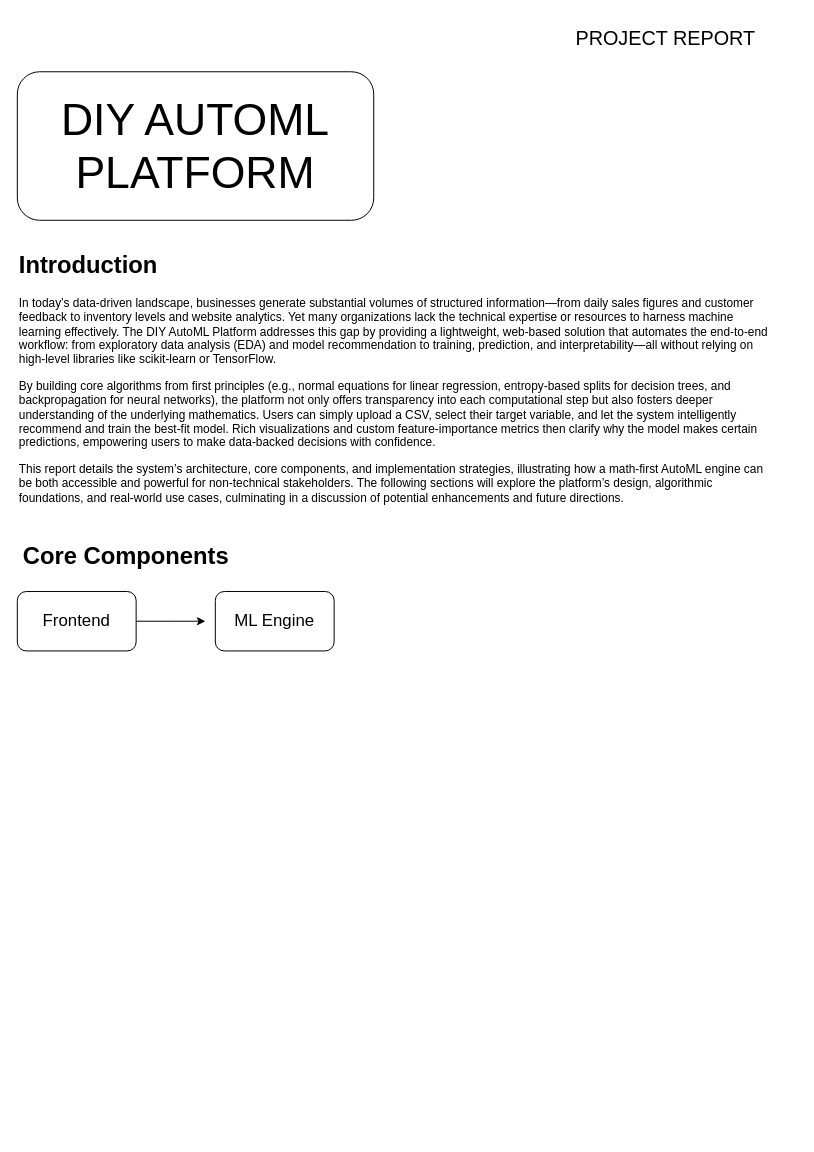
Before: Untitled Diagram.drawio in sagarpathak0/neural-networks-from-scrtch, a draw.io diagram. Source tidied: cells renumbered, new cells numbered last; positions are measured from the earlier drawing's top-left corner, leaving out a move shared by most shapes. Both pictures are drawn from the tidied source at 99%, with x=0, y=0 at pixel (17, 17).
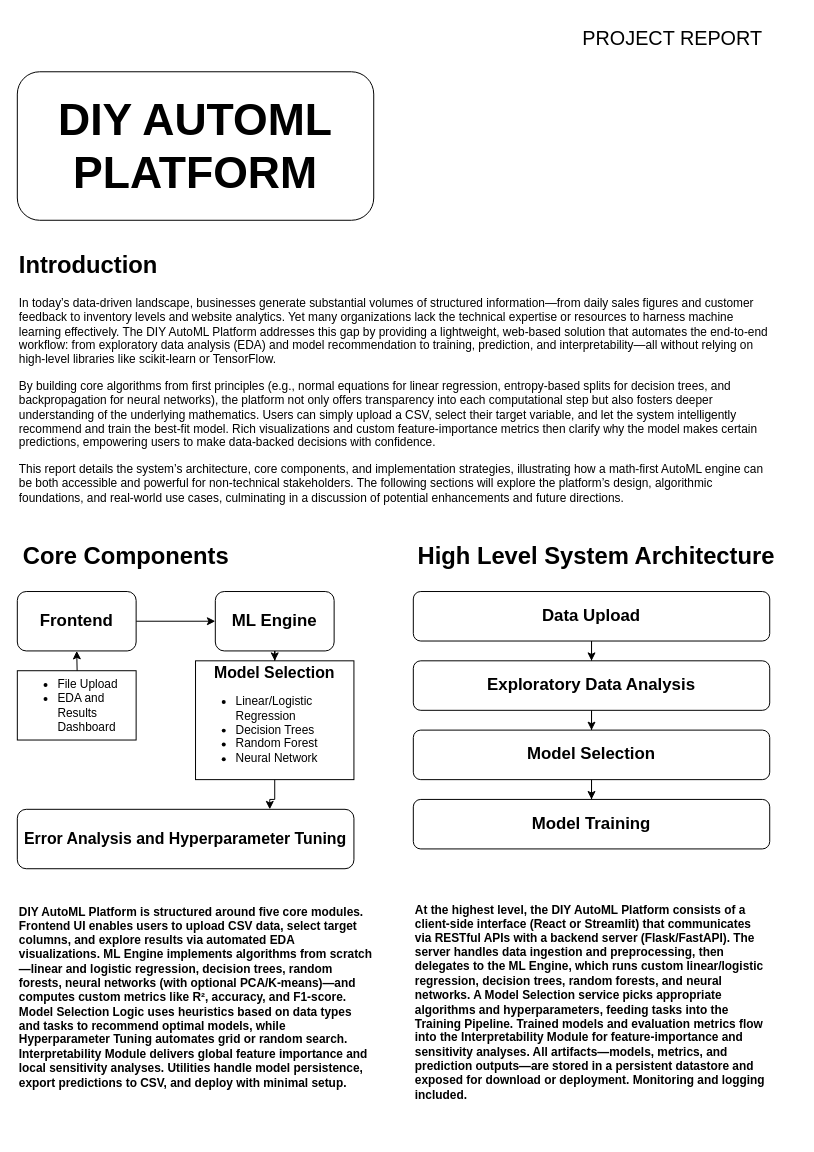
After the change.

Change to the diagram source:
```diff
@@
-    <mxCell id="3" value="&lt;font style=&quot;font-size: 45px;&quot;&gt;DIY AUTOML&lt;/font&gt;&lt;div&gt;&lt;font style=&quot;font-size: 45px;&quot;&gt;PLATFORM&lt;/font&gt;&lt;/div&gt;" style="text;html=1;align=center;verticalAlign=middle;whiteSpace=wrap;rounded=0;" parent="1" vertex="1">
+    <mxCell id="3" value="&lt;font style=&quot;font-size: 45px;&quot;&gt;&lt;b&gt;DIY AUTOML&lt;/b&gt;&lt;/font&gt;&lt;div&gt;&lt;font style=&quot;font-size: 45px;&quot;&gt;&lt;b&gt;PLATFORM&lt;/b&gt;&lt;/font&gt;&lt;/div&gt;" style="text;html=1;align=center;verticalAlign=middle;whiteSpace=wrap;rounded=0;" parent="1" vertex="1">
       <mxGeometry x="5" y="40" width="350" height="180" as="geometry" />
     </mxCell>
     <mxCell id="4" value="&lt;font style=&quot;font-size: 20px;&quot;&gt;PROJECT REPORT&lt;/font&gt;" style="text;html=1;align=center;verticalAlign=middle;whiteSpace=wrap;rounded=0;" parent="1" vertex="1">
-      <mxGeometry x="530" width="250" height="40" as="geometry" />
+      <mxGeometry x="537" width="250" height="40" as="geometry" />
     </mxCell>
@@
-    <mxCell id="7" style="edgeStyle=orthogonalEdgeStyle;rounded=0;jettySize=auto;html=1;" parent="1" edge="1" source="8">
-      <mxGeometry relative="1" as="geometry">
-        <mxPoint x="190" y="610" as="targetPoint" />
-      </mxGeometry>
+    <mxCell id="7" style="edgeStyle=orthogonalEdgeStyle;rounded=0;jettySize=auto;html=1;entryX=0;entryY=0.5;entryDx=0;entryDy=0;" parent="1" edge="1" source="8" target="9">
+      <mxGeometry relative="1" as="geometry" />
     </mxCell>
-    <mxCell id="8" value="&lt;font style=&quot;font-size: 17px;&quot;&gt;Frontend&lt;/font&gt;" style="rounded=1;whiteSpace=wrap;html=1;" parent="1" vertex="1">
+    <mxCell id="8" value="&lt;font style=&quot;font-size: 17px;&quot;&gt;&lt;b&gt;Frontend&lt;/b&gt;&lt;/font&gt;" style="rounded=1;whiteSpace=wrap;html=1;" parent="1" vertex="1">
       <mxGeometry y="580" width="120" height="60" as="geometry" />
     </mxCell>
+    <mxCell id="10" style="edgeStyle=orthogonalEdgeStyle;rounded=0;jettySize=auto;html=1;entryX=0.5;entryY=0;entryDx=0;entryDy=0;" parent="1" edge="1" source="9" target="13">
+      <mxGeometry relative="1" as="geometry" />
+    </mxCell>
-    <mxCell id="9" value="&lt;font style=&quot;font-size: 17px;&quot;&gt;ML Engine&lt;/font&gt;" style="rounded=1;whiteSpace=wrap;html=1;" parent="1" vertex="1">
+    <mxCell id="9" value="&lt;font style=&quot;font-size: 17px;&quot;&gt;&lt;b&gt;ML Engine&lt;/b&gt;&lt;/font&gt;" style="rounded=1;whiteSpace=wrap;html=1;" parent="1" vertex="1">
       <mxGeometry x="200" y="580" width="120" height="60" as="geometry" />
     </mxCell>
+    <mxCell id="11" style="edgeStyle=orthogonalEdgeStyle;rounded=0;jettySize=auto;html=1;entryX=0.5;entryY=1;entryDx=0;entryDy=0;" parent="1" edge="1" target="8">
+      <mxGeometry relative="1" as="geometry">
+        <mxPoint x="60" y="690" as="sourcePoint" />
+      </mxGeometry>
+    </mxCell>
+    <mxCell id="12" style="edgeStyle=orthogonalEdgeStyle;rounded=0;jettySize=auto;html=1;entryX=0.75;entryY=0;entryDx=0;entryDy=0;" parent="1" edge="1" source="13" target="24">
+      <mxGeometry relative="1" as="geometry" />
+    </mxCell>
+    <mxCell id="13" value="&lt;div&gt;&lt;b&gt;&lt;font style=&quot;font-size: 16px;&quot;&gt;Model Selection&lt;/font&gt;&lt;/b&gt;&lt;/div&gt;&lt;div&gt;&lt;ul&gt;&lt;li style=&quot;text-align: left;&quot;&gt;Linear/Logistic Regression&lt;/li&gt;&lt;li style=&quot;text-align: left;&quot;&gt;Decision Trees&lt;/li&gt;&lt;li style=&quot;text-align: left;&quot;&gt;Random Forest&lt;/li&gt;&lt;li style=&quot;text-align: left;&quot;&gt;Neural Network&lt;/li&gt;&lt;/ul&gt;&lt;/div&gt;" style="rounded=0;whiteSpace=wrap;html=1;" parent="1" vertex="1">
+      <mxGeometry x="180" y="650" width="160" height="120" as="geometry" />
+    </mxCell>
+    <mxCell id="14" value="&lt;font style=&quot;font-size: 24px;&quot;&gt;&lt;b&gt;High Level System Architecture&lt;/b&gt;&lt;/font&gt;" style="text;html=1;align=center;verticalAlign=middle;whiteSpace=wrap;rounded=0;" parent="1" vertex="1">
+      <mxGeometry x="390" y="515" width="390" height="60" as="geometry" />
+    </mxCell>
+    <mxCell id="15" style="edgeStyle=orthogonalEdgeStyle;rounded=0;jettySize=auto;html=1;entryX=0.5;entryY=0;entryDx=0;entryDy=0;" parent="1" edge="1" source="16" target="18">
+      <mxGeometry relative="1" as="geometry" />
+    </mxCell>
+    <mxCell id="16" value="&lt;b&gt;&lt;font style=&quot;font-size: 17px;&quot;&gt;Data Upload&lt;/font&gt;&lt;/b&gt;" style="rounded=1;whiteSpace=wrap;html=1;" parent="1" vertex="1">
+      <mxGeometry x="400" y="580" width="360" height="50" as="geometry" />
+    </mxCell>
+    <mxCell id="17" style="edgeStyle=orthogonalEdgeStyle;rounded=0;jettySize=auto;html=1;entryX=0.5;entryY=0;entryDx=0;entryDy=0;" parent="1" edge="1" source="18" target="20">
+      <mxGeometry relative="1" as="geometry" />
+    </mxCell>
+    <mxCell id="18" value="&lt;font style=&quot;font-size: 17px;&quot;&gt;&lt;b style=&quot;&quot;&gt;Exploratory Data Analysis&lt;/b&gt;&lt;/font&gt;" style="rounded=1;whiteSpace=wrap;html=1;" parent="1" vertex="1">
+      <mxGeometry x="400" y="650" width="360" height="50" as="geometry" />
+    </mxCell>
+    <mxCell id="19" style="edgeStyle=orthogonalEdgeStyle;rounded=0;jettySize=auto;html=1;entryX=0.5;entryY=0;entryDx=0;entryDy=0;" parent="1" edge="1" source="20" target="21">
+      <mxGeometry relative="1" as="geometry" />
+    </mxCell>
+    <mxCell id="20" value="&lt;b&gt;&lt;font style=&quot;font-size: 17px;&quot;&gt;Model Selection&lt;/font&gt;&lt;/b&gt;" style="rounded=1;whiteSpace=wrap;html=1;" parent="1" vertex="1">
+      <mxGeometry x="400" y="720" width="360" height="50" as="geometry" />
+    </mxCell>
+    <mxCell id="21" value="&lt;font style=&quot;font-size: 17px;&quot;&gt;&lt;b&gt;Model Training&lt;/b&gt;&lt;/font&gt;" style="rounded=1;whiteSpace=wrap;html=1;" parent="1" vertex="1">
+      <mxGeometry x="400" y="790" width="360" height="50" as="geometry" />
+    </mxCell>
+    <mxCell id="22" value="&lt;font&gt;&lt;b style=&quot;&quot;&gt;DIY AutoML Platform is structured around five core modules. Frontend&amp;nbsp;UI enables users to upload CSV data, select target columns, and explore results via automated EDA visualizations. ML&amp;nbsp;Engine implements algorithms from scratch—linear and logistic regression, decision trees, random forests, neural networks (with optional PCA/K‑means)—and computes custom metrics like R², accuracy, and F1‑score. Model Selection Logic uses heuristics based on data types and tasks to recommend optimal models, while Hyperparameter Tuning automates grid or random search. Interpretability Module delivers global feature importance and local sensitivity analyses. Utilities handle model persistence, export predictions to CSV, and deploy with minimal setup.&lt;/b&gt;&lt;/font&gt;" style="text;html=1;align=left;verticalAlign=middle;whiteSpace=wrap;rounded=0;" parent="1" vertex="1">
+      <mxGeometry y="850" width="360" height="280" as="geometry" />
+    </mxCell>
+    <mxCell id="23" value="&lt;ul style=&quot;text-align: left;&quot;&gt;&lt;li&gt;File Upload&lt;/li&gt;&lt;li&gt;EDA and Results Dashboard&lt;/li&gt;&lt;/ul&gt;" style="rounded=0;whiteSpace=wrap;html=1;" parent="1" vertex="1">
+      <mxGeometry y="660" width="120" height="70" as="geometry" />
+    </mxCell>
+    <mxCell id="24" value="&lt;b&gt;&lt;font style=&quot;font-size: 16px;&quot;&gt;Error Analysis and Hyperparameter Tuning&lt;/font&gt;&lt;/b&gt;" style="rounded=1;whiteSpace=wrap;html=1;" parent="1" vertex="1">
+      <mxGeometry y="800" width="340" height="60" as="geometry" />
+    </mxCell>
+    <mxCell id="25" value="&lt;b&gt;At the highest level, the DIY AutoML Platform consists of a client‑side interface (React or Streamlit) that communicates via RESTful APIs with a backend server (Flask/FastAPI). The server handles data ingestion and preprocessing, then delegates to the ML Engine, which runs custom linear/logistic regression, decision trees, random forests, and neural networks. A Model Selection service picks appropriate algorithms and hyperparameters, feeding tasks into the Training Pipeline. Trained models and evaluation metrics flow into the Interpretability Module for feature‑importance and sensitivity analyses. All artifacts—models, metrics, and prediction outputs—are stored in a persistent datastore and exposed for download or deployment. Monitoring and logging included.&lt;/b&gt;" style="text;html=1;align=left;verticalAlign=middle;whiteSpace=wrap;rounded=0;" parent="1" vertex="1">
+      <mxGeometry x="400" y="860" width="360" height="270" as="geometry" />
+    </mxCell>
```
